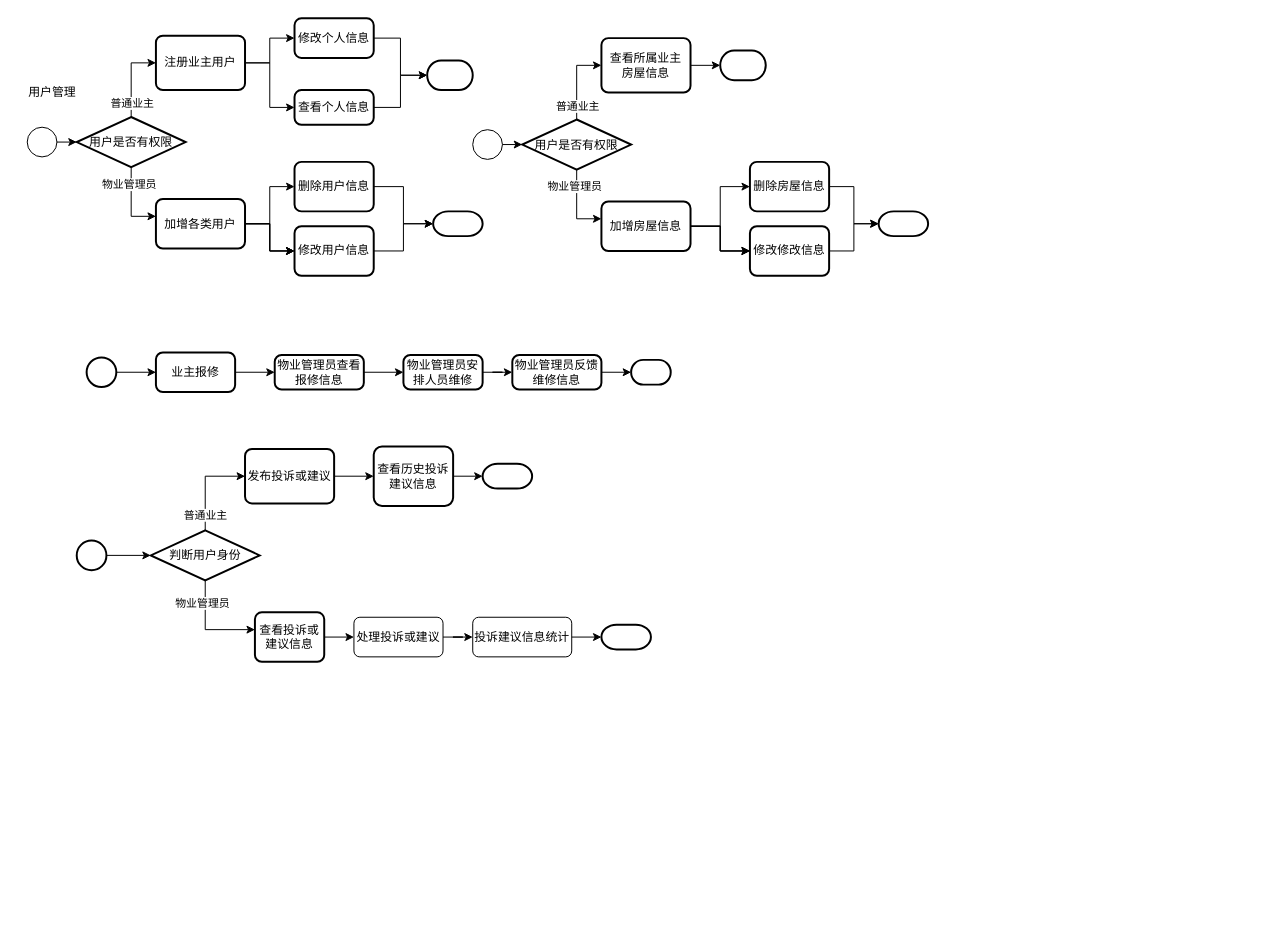
Above: page "第 4 页" (4 of 4) of projectfiles/uml/安居小区物业管理系统.drawio in KuChanMaster/PropertiesManager (draw.io), before the change. Source tidied: cells renumbered, new cells numbered last; positions are measured from the earlier drawing's top-left corner, leaving out a move shared by most shapes. Both pictures are drawn from the tidied source at 99%, with x=0, y=0 at pixel (17, 18).
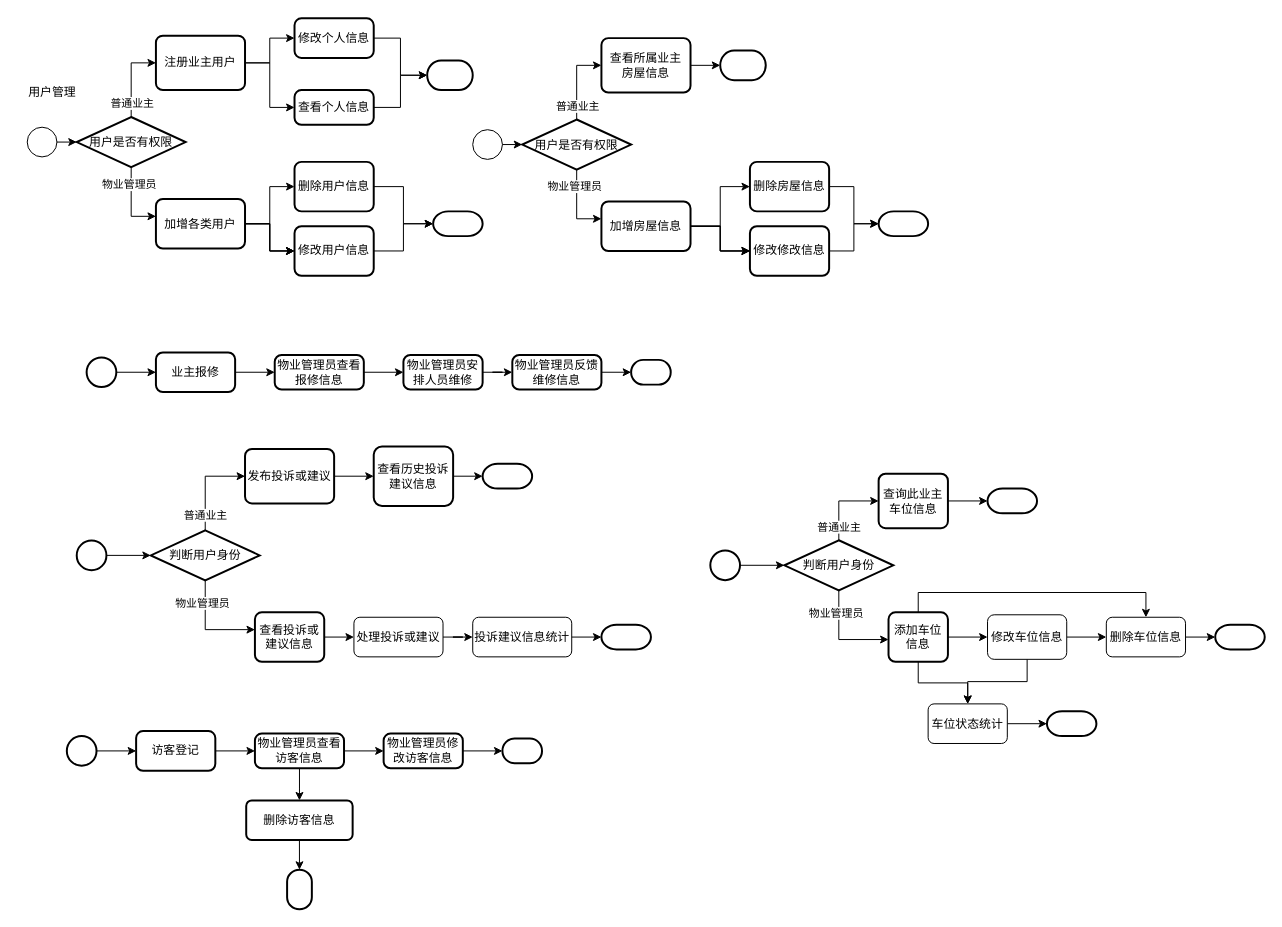
The same diagram, later.

Diff of the diagram source:
```diff
@@
+    <mxCell id="78" style="edgeStyle=orthogonalEdgeStyle;rounded=0;jettySize=auto;html=1;exitX=1;exitY=0.5;exitDx=0;exitDy=0;exitPerimeter=0;entryX=0;entryY=0.5;entryDx=0;entryDy=0;" parent="1" edge="1" source="79" target="81">
+      <mxGeometry relative="1" as="geometry" />
+    </mxCell>
+    <mxCell id="79" style="strokeWidth=2;html=1;shape=mxgraph.flowchart.start_2;whiteSpace=wrap;" parent="1" vertex="1">
+      <mxGeometry x="50" y="725" width="30" height="30" as="geometry" />
+    </mxCell>
+    <mxCell id="80" style="edgeStyle=orthogonalEdgeStyle;rounded=0;jettySize=auto;html=1;exitX=1;exitY=0.5;exitDx=0;exitDy=0;entryX=0;entryY=0.5;entryDx=0;entryDy=0;" parent="1" edge="1" source="81" target="84">
+      <mxGeometry relative="1" as="geometry" />
+    </mxCell>
+    <mxCell id="81" value="访客登记" style="rounded=1;whiteSpace=wrap;html=1;absoluteArcSize=1;arcSize=14;strokeWidth=2;" parent="1" vertex="1">
+      <mxGeometry x="120" y="720" width="80" height="40" as="geometry" />
+    </mxCell>
+    <mxCell id="82" style="edgeStyle=orthogonalEdgeStyle;rounded=0;jettySize=auto;html=1;exitX=1;exitY=0.5;exitDx=0;exitDy=0;entryX=0;entryY=0.5;entryDx=0;entryDy=0;" parent="1" edge="1" source="84" target="86">
+      <mxGeometry relative="1" as="geometry" />
+    </mxCell>
+    <mxCell id="83" style="edgeStyle=orthogonalEdgeStyle;rounded=0;jettySize=auto;html=1;" parent="1" edge="1" source="84" target="89">
+      <mxGeometry relative="1" as="geometry" />
+    </mxCell>
+    <mxCell id="84" value="物业管理员查看访客信息" style="rounded=1;whiteSpace=wrap;html=1;absoluteArcSize=1;arcSize=14;strokeWidth=2;" parent="1" vertex="1">
+      <mxGeometry x="240" y="722.5" width="90" height="35" as="geometry" />
+    </mxCell>
+    <mxCell id="85" style="edgeStyle=orthogonalEdgeStyle;rounded=0;jettySize=auto;html=1;exitX=1;exitY=0.5;exitDx=0;exitDy=0;entryX=0;entryY=0.5;entryDx=0;entryDy=0;entryPerimeter=0;" parent="1" edge="1" source="86" target="87">
+      <mxGeometry relative="1" as="geometry" />
+    </mxCell>
+    <mxCell id="86" value="物业管理员修改访客信息" style="rounded=1;whiteSpace=wrap;html=1;absoluteArcSize=1;arcSize=14;strokeWidth=2;" parent="1" vertex="1">
+      <mxGeometry x="370" y="722.5" width="80" height="35" as="geometry" />
+    </mxCell>
+    <mxCell id="87" style="strokeWidth=2;html=1;shape=mxgraph.flowchart.terminator;whiteSpace=wrap;" parent="1" vertex="1">
+      <mxGeometry x="490" y="727.5" width="40" height="25" as="geometry" />
+    </mxCell>
+    <mxCell id="88" style="edgeStyle=orthogonalEdgeStyle;rounded=0;jettySize=auto;html=1;exitX=0.5;exitY=1;exitDx=0;exitDy=0;entryX=0;entryY=0.5;entryDx=0;entryDy=0;entryPerimeter=0;" parent="1" edge="1" source="89" target="90">
+      <mxGeometry relative="1" as="geometry" />
+    </mxCell>
+    <mxCell id="89" value="删除访客信息" style="whiteSpace=wrap;html=1;rounded=1;arcSize=14;strokeWidth=2;" parent="1" vertex="1">
+      <mxGeometry x="231.2" y="790" width="107.5" height="40" as="geometry" />
+    </mxCell>
+    <mxCell id="90" style="strokeWidth=2;html=1;shape=mxgraph.flowchart.terminator;whiteSpace=wrap;direction=south;" parent="1" vertex="1">
+      <mxGeometry x="272.5" y="860" width="25" height="40" as="geometry" />
+    </mxCell>
+    <mxCell id="91" style="edgeStyle=orthogonalEdgeStyle;rounded=0;jettySize=auto;html=1;exitX=1;exitY=0.5;exitDx=0;exitDy=0;entryX=0;entryY=0.5;entryDx=0;entryDy=0;entryPerimeter=0;" parent="1" edge="1" source="92" target="104">
+      <mxGeometry relative="1" as="geometry" />
+    </mxCell>
+    <mxCell id="92" value="查询此业主车位信息" style="rounded=1;whiteSpace=wrap;html=1;absoluteArcSize=1;arcSize=14;strokeWidth=2;" parent="1" vertex="1">
+      <mxGeometry x="870" y="460" width="70" height="55" as="geometry" />
+    </mxCell>
+    <mxCell id="93" style="edgeStyle=orthogonalEdgeStyle;rounded=0;jettySize=auto;html=1;exitX=0.5;exitY=0;exitDx=0;exitDy=0;exitPerimeter=0;entryX=0;entryY=0.5;entryDx=0;entryDy=0;" parent="1" edge="1" source="97" target="92">
+      <mxGeometry relative="1" as="geometry" />
+    </mxCell>
+    <mxCell id="94" value="普通业主" style="edgeLabel;html=1;align=center;verticalAlign=middle;" parent="93" vertex="1">
+      <mxGeometry x="-0.66" relative="1" as="geometry" />
+    </mxCell>
+    <mxCell id="95" style="edgeStyle=orthogonalEdgeStyle;rounded=0;jettySize=auto;html=1;exitX=0.5;exitY=1;exitDx=0;exitDy=0;exitPerimeter=0;" parent="1" edge="1" source="97" target="101">
+      <mxGeometry relative="1" as="geometry">
+        <Array as="points">
+          <mxPoint x="919.8" y="627.5" />
+        </Array>
+      </mxGeometry>
+    </mxCell>
+    <mxCell id="96" value="物业管理员" style="edgeLabel;html=1;align=center;verticalAlign=middle;" parent="95" vertex="1">
+      <mxGeometry x="-0.54" y="-3" relative="1" as="geometry" />
+    </mxCell>
+    <mxCell id="97" value="判断用户身份" style="strokeWidth=2;html=1;shape=mxgraph.flowchart.decision;whiteSpace=wrap;" parent="1" vertex="1">
+      <mxGeometry x="774.8" y="527.2" width="110" height="50.6" as="geometry" />
+    </mxCell>
+    <mxCell id="98" style="edgeStyle=orthogonalEdgeStyle;rounded=0;jettySize=auto;html=1;exitX=1;exitY=0.5;exitDx=0;exitDy=0;entryX=0;entryY=0.5;entryDx=0;entryDy=0;" parent="1" edge="1" source="101" target="107">
+      <mxGeometry relative="1" as="geometry" />
+    </mxCell>
+    <mxCell id="99" style="edgeStyle=orthogonalEdgeStyle;rounded=0;jettySize=auto;html=1;exitX=0.5;exitY=0;exitDx=0;exitDy=0;entryX=0.5;entryY=0;entryDx=0;entryDy=0;" parent="1" edge="1" source="101" target="109">
+      <mxGeometry relative="1" as="geometry" />
+    </mxCell>
+    <mxCell id="100" style="edgeStyle=orthogonalEdgeStyle;rounded=0;jettySize=auto;html=1;exitX=0.5;exitY=1;exitDx=0;exitDy=0;" parent="1" edge="1" source="101" target="112">
+      <mxGeometry relative="1" as="geometry" />
+    </mxCell>
+    <mxCell id="101" value="添加车位信息" style="rounded=1;whiteSpace=wrap;html=1;absoluteArcSize=1;arcSize=14;strokeWidth=2;" parent="1" vertex="1">
+      <mxGeometry x="880" y="600" width="60" height="50" as="geometry" />
+    </mxCell>
+    <mxCell id="102" style="strokeWidth=2;html=1;shape=mxgraph.flowchart.start_2;whiteSpace=wrap;" parent="1" vertex="1">
+      <mxGeometry x="700" y="537.5" width="30" height="30" as="geometry" />
+    </mxCell>
+    <mxCell id="103" style="edgeStyle=orthogonalEdgeStyle;rounded=0;jettySize=auto;html=1;exitX=1;exitY=0.5;exitDx=0;exitDy=0;exitPerimeter=0;entryX=0;entryY=0.5;entryDx=0;entryDy=0;entryPerimeter=0;" parent="1" edge="1" source="102" target="97">
+      <mxGeometry relative="1" as="geometry" />
+    </mxCell>
+    <mxCell id="104" style="strokeWidth=2;html=1;shape=mxgraph.flowchart.terminator;whiteSpace=wrap;" parent="1" vertex="1">
+      <mxGeometry x="980" y="475" width="50" height="25" as="geometry" />
+    </mxCell>
+    <mxCell id="105" style="edgeStyle=orthogonalEdgeStyle;rounded=0;jettySize=auto;html=1;exitX=1;exitY=0.5;exitDx=0;exitDy=0;entryX=0;entryY=0.5;entryDx=0;entryDy=0;" parent="1" edge="1" source="107" target="109">
+      <mxGeometry relative="1" as="geometry" />
+    </mxCell>
+    <mxCell id="106" style="edgeStyle=orthogonalEdgeStyle;rounded=0;jettySize=auto;html=1;exitX=0.5;exitY=1;exitDx=0;exitDy=0;entryX=0.5;entryY=0;entryDx=0;entryDy=0;" parent="1" edge="1" source="107" target="112">
+      <mxGeometry relative="1" as="geometry" />
+    </mxCell>
+    <mxCell id="107" value="修改车位信息" style="rounded=1;whiteSpace=wrap;html=1;" parent="1" vertex="1">
+      <mxGeometry x="980" y="602.5" width="80" height="45" as="geometry" />
+    </mxCell>
+    <mxCell id="108" style="edgeStyle=orthogonalEdgeStyle;rounded=0;jettySize=auto;html=1;exitX=1;exitY=0.5;exitDx=0;exitDy=0;entryX=0;entryY=0.5;entryDx=0;entryDy=0;entryPerimeter=0;" parent="1" edge="1" source="109" target="110">
+      <mxGeometry relative="1" as="geometry" />
+    </mxCell>
+    <mxCell id="109" value="删除车位信息" style="rounded=1;whiteSpace=wrap;html=1;" parent="1" vertex="1">
+      <mxGeometry x="1100" y="605" width="80" height="40" as="geometry" />
+    </mxCell>
+    <mxCell id="110" style="strokeWidth=2;html=1;shape=mxgraph.flowchart.terminator;whiteSpace=wrap;" parent="1" vertex="1">
+      <mxGeometry x="1210" y="612.5" width="50" height="25" as="geometry" />
+    </mxCell>
+    <mxCell id="111" style="edgeStyle=orthogonalEdgeStyle;rounded=0;jettySize=auto;html=1;exitX=1;exitY=0.5;exitDx=0;exitDy=0;entryX=0;entryY=0.5;entryDx=0;entryDy=0;entryPerimeter=0;" parent="1" edge="1" source="112" target="113">
+      <mxGeometry relative="1" as="geometry" />
+    </mxCell>
+    <mxCell id="112" value="车位状态统计" style="rounded=1;whiteSpace=wrap;html=1;" parent="1" vertex="1">
+      <mxGeometry x="920" y="692.5" width="80" height="40" as="geometry" />
+    </mxCell>
+    <mxCell id="113" style="strokeWidth=2;html=1;shape=mxgraph.flowchart.terminator;whiteSpace=wrap;" parent="1" vertex="1">
+      <mxGeometry x="1040" y="700" width="50" height="25" as="geometry" />
+    </mxCell>
```
